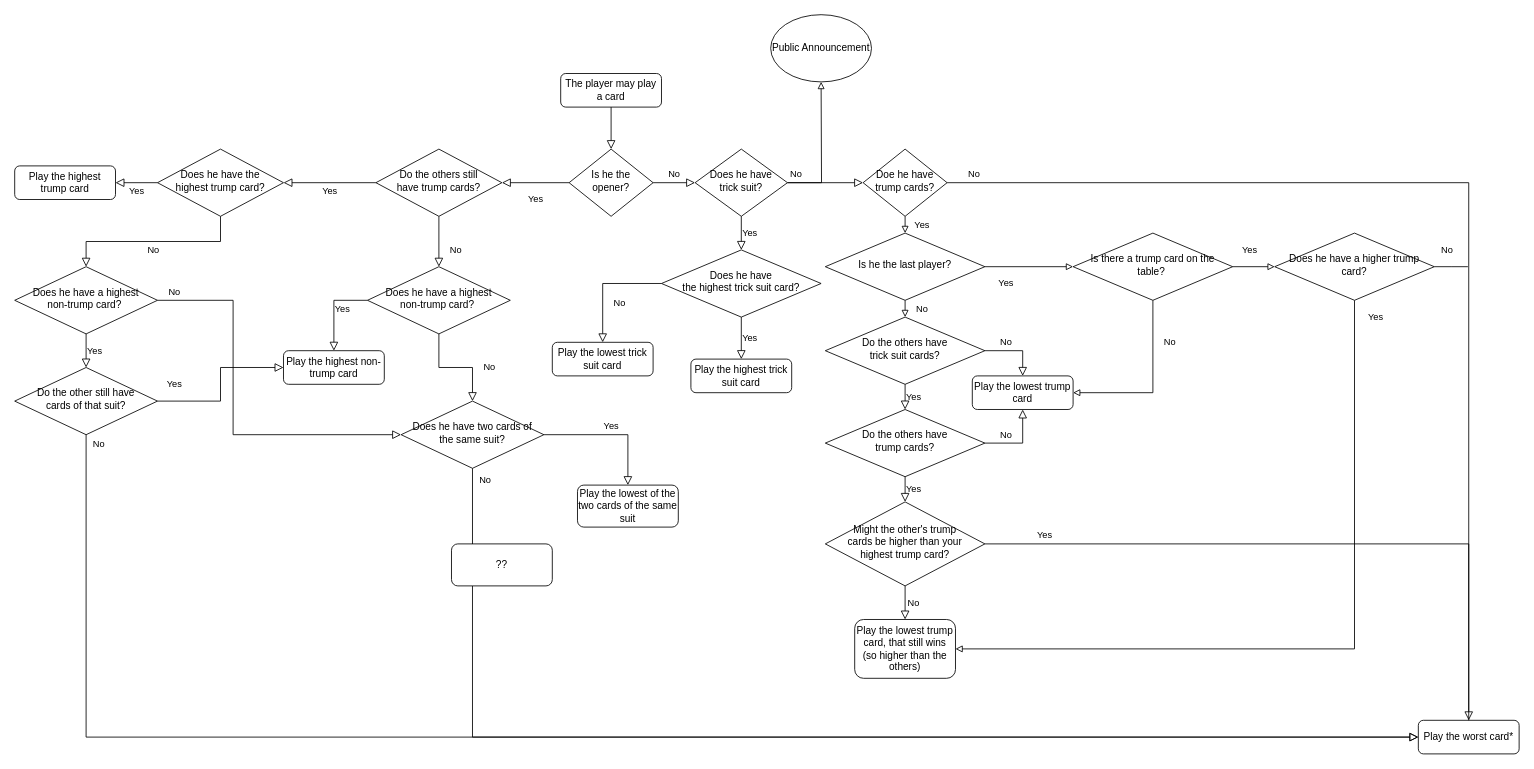
Above: greedy_kripe.drawio in JeroenVanB/LAMAS (draw.io), before the change. Source tidied: cells renumbered, new cells numbered last; positions are measured from the earlier drawing's top-left corner, leaving out a move shared by most shapes. Both pictures are drawn from the tidied source at 84%, with x=0, y=0 at pixel (14, 14).
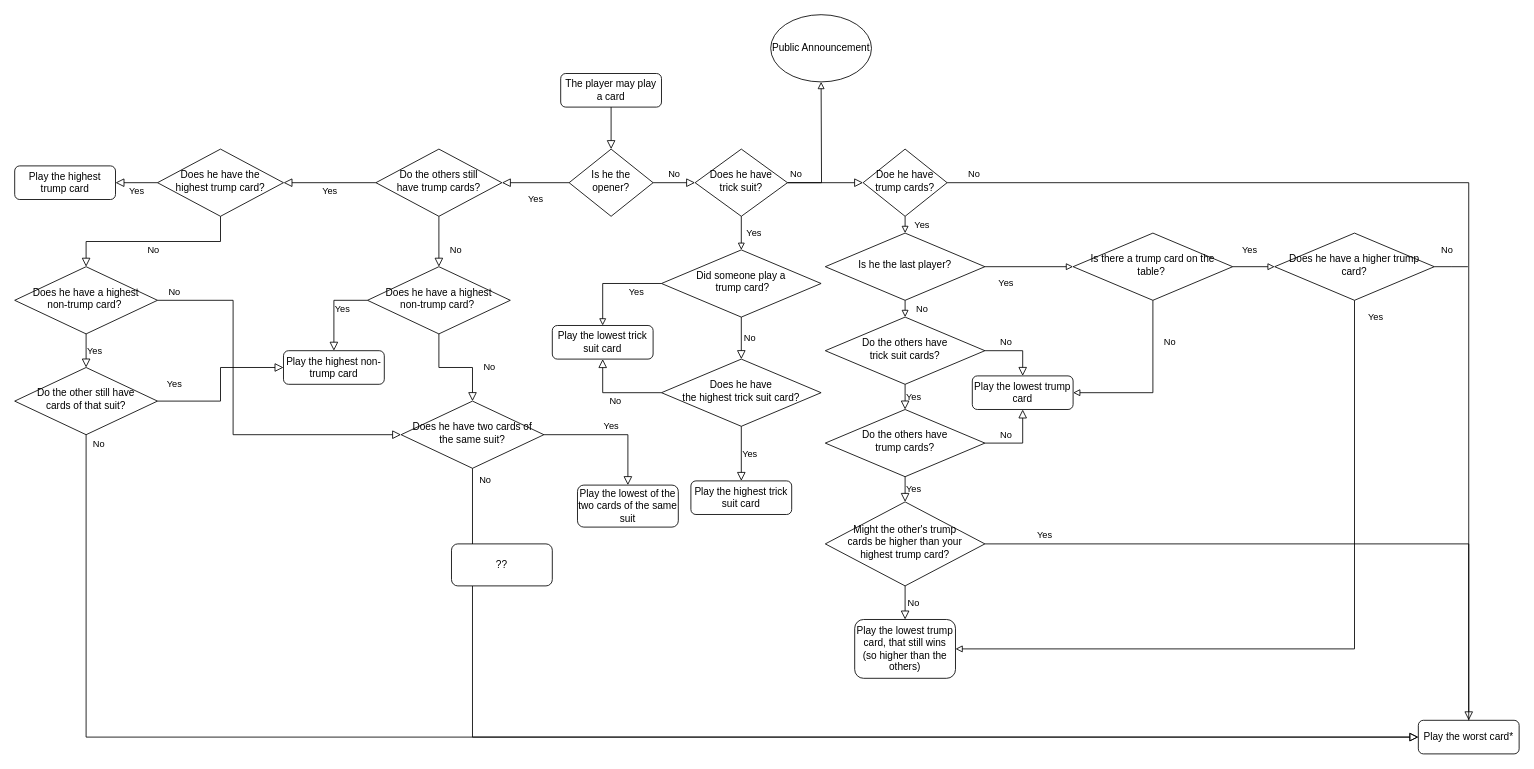
After the change.

The change refers to these unchanged cells:
```xml
<mxCell id="11" value="Does he have &lt;br&gt;trick suit?" style="rhombus;whiteSpace=wrap;html=1;shadow=0;fontFamily=Helvetica;fontSize=12;align=center;strokeWidth=1;spacing=6;spacingTop=-4;" parent="1" vertex="1">
  <mxGeometry x="810" y="160" width="110" height="80" as="geometry" />
</mxCell>
```

What changed in the source:
```diff
@@
     <mxCell id="12" value="Does he have&lt;br&gt;the highest trick suit card?" style="rhombus;whiteSpace=wrap;html=1;shadow=0;fontFamily=Helvetica;fontSize=12;align=center;strokeWidth=1;spacing=6;spacingTop=-4;" parent="1" vertex="1">
-      <mxGeometry x="770" y="280" width="190" height="80" as="geometry" />
+      <mxGeometry x="770" y="410" width="190" height="80" as="geometry" />
     </mxCell>
-    <mxCell id="13" value="Yes" style="edgeStyle=orthogonalEdgeStyle;rounded=0;html=1;jettySize=auto;fontSize=11;endArrow=block;endFill=0;endSize=8;strokeWidth=1;shadow=0;labelBackgroundColor=none;exitX=0.5;exitY=1;exitDx=0;exitDy=0;" parent="1" edge="1" source="11" target="12">
-      <mxGeometry y="10" relative="1" as="geometry" />
-    </mxCell>
@@
     <mxCell id="18" value="Play the highest trick suit card" style="rounded=1;whiteSpace=wrap;html=1;fontSize=12;glass=0;strokeWidth=1;shadow=0;" parent="1" vertex="1">
-      <mxGeometry x="805" y="410" width="120" height="40" as="geometry" />
+      <mxGeometry x="805" y="555" width="120" height="40" as="geometry" />
     </mxCell>
     <mxCell id="19" value="Play the lowest trick suit card" style="rounded=1;whiteSpace=wrap;html=1;fontSize=12;glass=0;strokeWidth=1;shadow=0;" parent="1" vertex="1">
-      <mxGeometry x="640" y="390" width="120" height="40" as="geometry" />
+      <mxGeometry x="640" y="370" width="120" height="40" as="geometry" />
     </mxCell>
-    <mxCell id="20" value="No" style="rounded=0;html=1;jettySize=auto;fontSize=11;endArrow=block;endFill=0;endSize=8;strokeWidth=1;shadow=0;labelBackgroundColor=none;edgeStyle=orthogonalEdgeStyle;entryX=0.5;entryY=0;entryDx=0;entryDy=0;" parent="1" edge="1" source="12" target="19">
-      <mxGeometry x="0.33" y="20" relative="1" as="geometry" />
-    </mxCell>
@@
+    <mxCell id="20" value="No" style="edgeStyle=orthogonalEdgeStyle;rounded=0;html=1;jettySize=auto;fontSize=11;endArrow=block;endFill=0;endSize=8;strokeWidth=1;shadow=0;labelBackgroundColor=none;entryX=0.5;entryY=1;entryDx=0;entryDy=0;exitX=0;exitY=0.5;exitDx=0;exitDy=0;" parent="1" edge="1" source="12" target="19">
+      <mxGeometry y="10" relative="1" as="geometry" />
+    </mxCell>
+    <mxCell id="70" value="Did someone play a&lt;br&gt;&amp;nbsp;trump card?" style="rhombus;whiteSpace=wrap;html=1;shadow=0;fontFamily=Helvetica;fontSize=12;align=center;strokeWidth=1;spacing=6;spacingTop=-4;" parent="1" vertex="1">
+      <mxGeometry x="770" y="280" width="190" height="80" as="geometry" />
+    </mxCell>
+    <mxCell id="71" value="No" style="edgeStyle=orthogonalEdgeStyle;rounded=0;html=1;jettySize=auto;fontSize=11;endArrow=block;endFill=0;endSize=8;strokeWidth=1;shadow=0;labelBackgroundColor=none;entryX=0.5;entryY=0;entryDx=0;entryDy=0;exitX=0.5;exitY=1;exitDx=0;exitDy=0;" parent="1" edge="1" source="70" target="12">
+      <mxGeometry y="10" relative="1" as="geometry" />
+    </mxCell>
+    <mxCell id="72" value="Yes" style="edgeStyle=orthogonalEdgeStyle;rounded=0;jettySize=auto;html=1;exitX=0.5;exitY=1;exitDx=0;exitDy=0;entryX=0.5;entryY=0;entryDx=0;entryDy=0;endArrow=block;endFill=0;" parent="1" edge="1" source="11" target="70">
+      <mxGeometry y="15" relative="1" as="geometry" />
+    </mxCell>
+    <mxCell id="73" value="Yes" style="edgeStyle=orthogonalEdgeStyle;rounded=0;jettySize=auto;html=1;exitX=0;exitY=0.5;exitDx=0;exitDy=0;endArrow=block;endFill=0;" parent="1" edge="1" source="70" target="19">
+      <mxGeometry x="-0.5" y="10" relative="1" as="geometry" />
+    </mxCell>
```
